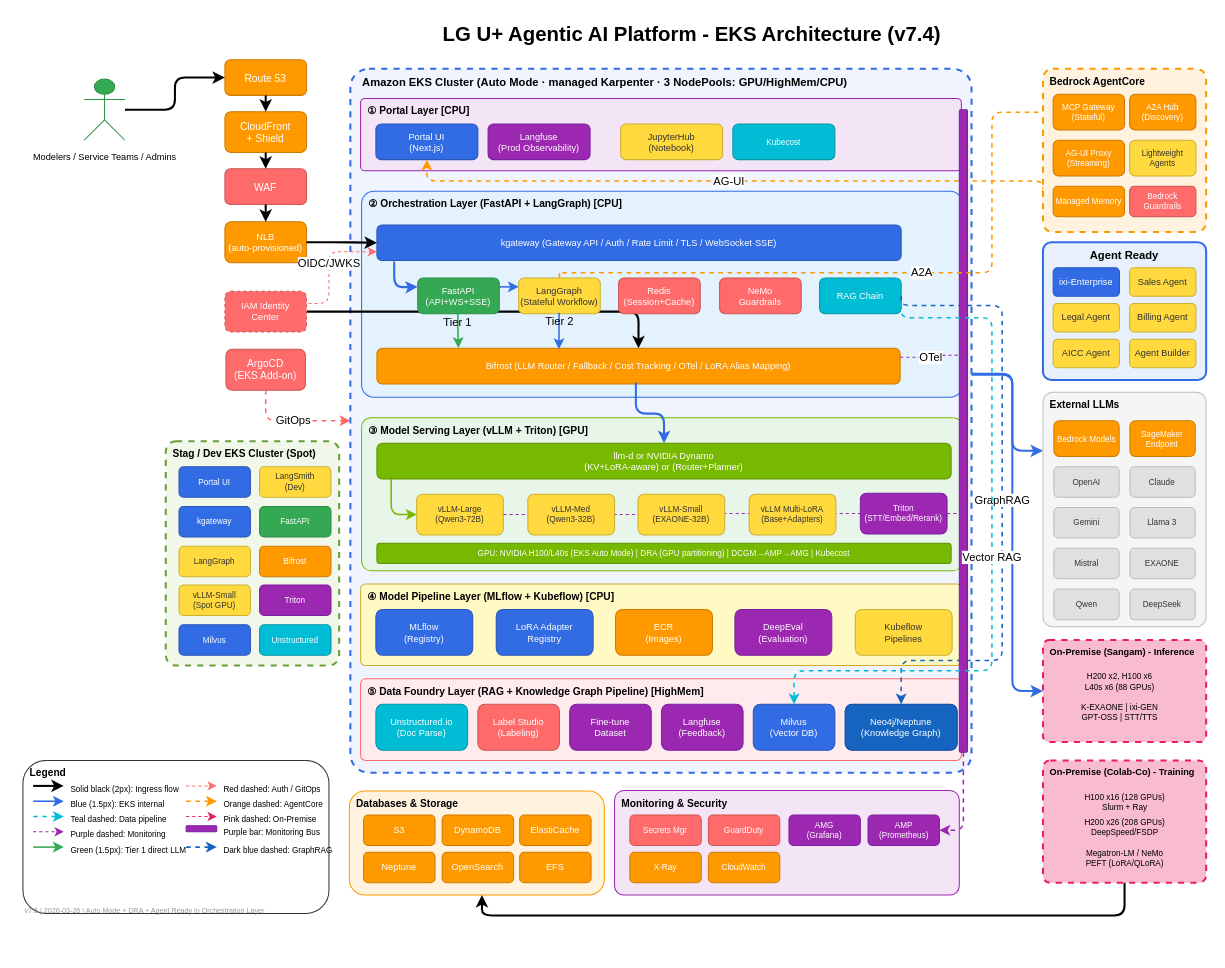
The draw.io diagram static/LG U+ Agentic AI Platform(with Ontology and fine tunning feature).drawio in devfloor9/engineering-playbook, before the edit. Source tidied: cells renumbered, new cells numbered last; positions are measured from the earlier drawing's top-left corner, leaving out a move shared by most shapes. Both pictures are drawn from the tidied source at 102%, with x=0, y=0 at pixel (22, 17).
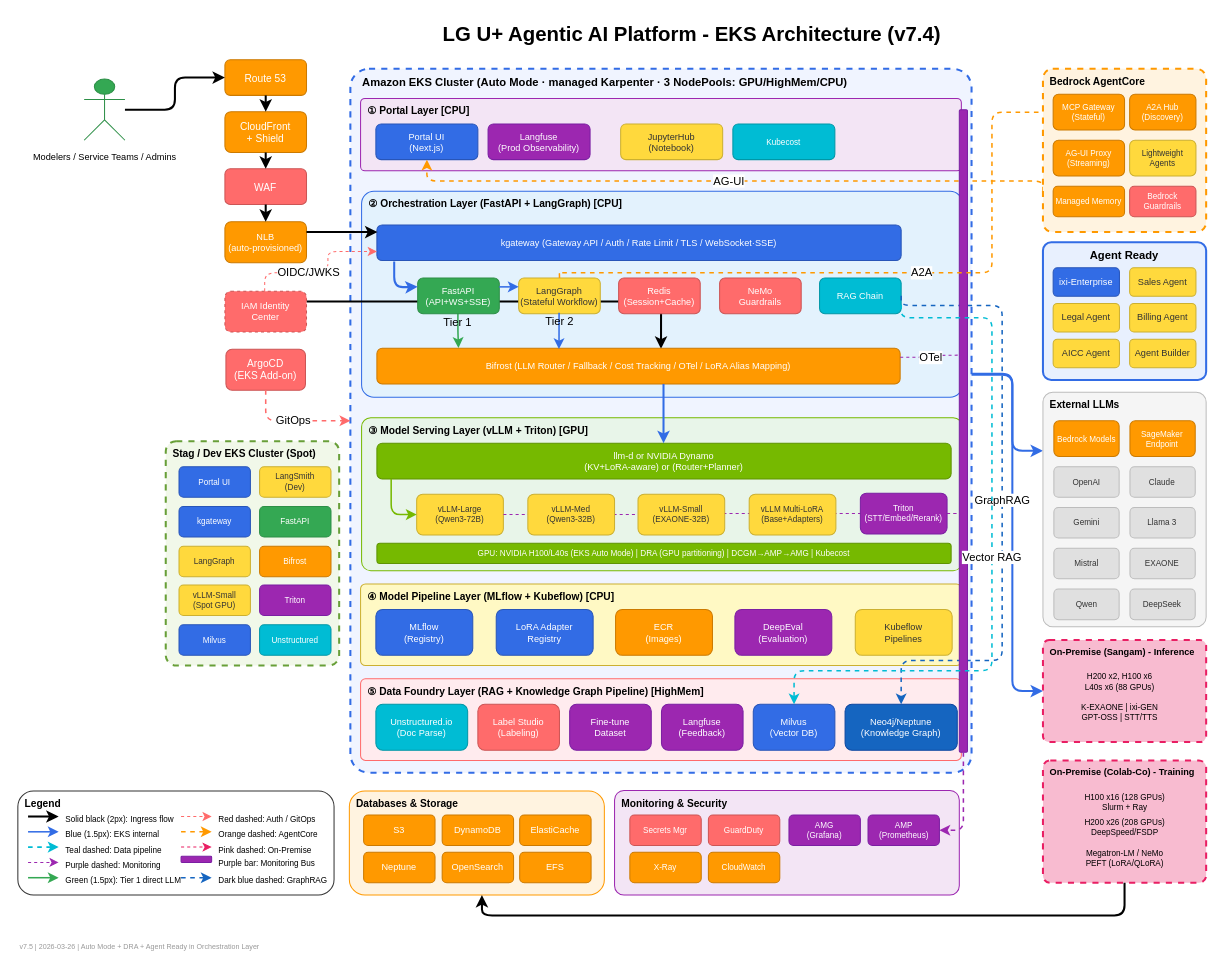
The same page after the edit.

Unchanged cells that the change refers to:
```xml
<mxCell id="15" value="NLB&#10;(auto-provisioned)" style="rounded=1;whiteSpace=wrap;html=1;fillColor=#FF9900;strokeColor=#CC7A00;fontColor=#FFFFFF;fontSize=9;" parent="1" vertex="1">
  <mxGeometry x="198" y="200" width="80" height="40" as="geometry" />
</mxCell>
<mxCell id="17" value="IAM Identity&#10;Center" style="rounded=1;whiteSpace=wrap;html=1;fillColor=#FF6B6B;strokeColor=#CC5555;fontColor=#FFFFFF;fontSize=9;dashed=1;" parent="1" vertex="1">
  <mxGeometry x="198" y="268" width="80" height="40" as="geometry" />
</mxCell>
<mxCell id="25" value="kgateway (Gateway API / Auth / Rate Limit / TLS / WebSocket·SSE)" style="rounded=1;whiteSpace=wrap;html=1;fillColor=#326CE5;strokeColor=#2855B8;fontColor=#FFFFFF;fontSize=9;" parent="1" vertex="1">
  <mxGeometry x="347" y="203" width="514" height="35" as="geometry" />
</mxCell>
<mxCell id="31" value="Bifrost (LLM Router / Fallback / Cost Tracking / OTel / LoRA Alias Mapping)" style="rounded=1;whiteSpace=wrap;html=1;fillColor=#FF9900;strokeColor=#CC7A00;fontColor=#FFFFFF;fontSize=9;" parent="1" vertex="1">
  <mxGeometry x="347" y="324" width="513" height="35" as="geometry" />
</mxCell>
<mxCell id="33" value="llm-d or NVIDIA Dynamo&lt;br style=&quot;border-color: rgb(218, 220, 224);&quot;&gt;(KV+LoRA-aware) or (Router+Planner)" style="rounded=1;whiteSpace=wrap;html=1;fillColor=#76B900;strokeColor=#5E9400;fontColor=#FFFFFF;fontSize=9;" parent="1" vertex="1">
  <mxGeometry x="347" y="417" width="563" height="35" as="geometry" />
</mxCell>
```

Change to the diagram source:
```diff
@@
-    <mxCell id="16" style="edgeStyle=orthogonalEdgeStyle;rounded=1;jettySize=auto;html=1;exitX=1;exitY=0.5;exitDx=0;exitDy=0;strokeWidth=2;" parent="1" edge="1" source="17" target="31">
+    <mxCell id="16" style="edgeStyle=orthogonalEdgeStyle;rounded=1;jettySize=auto;html=1;exitX=1;exitY=0.25;exitDx=0;exitDy=0;strokeWidth=2;entryX=0.543;entryY=0.013;entryDx=0;entryDy=0;entryPerimeter=0;" parent="1" edge="1" source="17" target="31">
       <mxGeometry relative="1" as="geometry" />
     </mxCell>
@@
-    <mxCell id="56" style="edgeStyle=orthogonalEdgeStyle;html=1;exitX=1;exitY=0.5;entryX=0;entryY=0.5;endArrow=classic;strokeWidth=2;strokeColor=#000000;" parent="1" edge="1" source="15" target="25">
+    <mxCell id="56" style="edgeStyle=orthogonalEdgeStyle;html=1;exitX=1;exitY=0.25;entryX=0.001;entryY=0.2;endArrow=classic;strokeWidth=2;strokeColor=#000000;exitDx=0;exitDy=0;entryDx=0;entryDy=0;entryPerimeter=0;" parent="1" edge="1" source="15" target="25">
       <mxGeometry relative="1" as="geometry" />
     </mxCell>
@@
-    <mxCell id="60" style="edgeStyle=orthogonalEdgeStyle;html=1;exitX=0.495;exitY=0.958;entryX=0.5;entryY=0;endArrow=classic;strokeWidth=2;strokeColor=#326CE5;exitDx=0;exitDy=0;exitPerimeter=0;entryDx=0;entryDy=0;" parent="1" edge="1" source="31" target="33">
-      <mxGeometry relative="1" as="geometry" />
+    <mxCell id="60" style="edgeStyle=orthogonalEdgeStyle;html=1;endArrow=classic;strokeWidth=2;strokeColor=#326CE5;" parent="1" edge="1" target="33">
+      <mxGeometry relative="1" as="geometry">
+        <mxPoint x="628" y="359" as="sourcePoint" />
+        <Array as="points">
+          <mxPoint x="628" y="359" />
+        </Array>
+      </mxGeometry>
     </mxCell>
@@
-    <mxCell id="63" value="OIDC/JWKS" style="edgeStyle=orthogonalEdgeStyle;html=1;entryX=0;entryY=0.75;endArrow=classic;strokeWidth=1;strokeColor=#FF6B6B;dashed=1;entryDx=0;entryDy=0;" parent="1" edge="1" target="25">
-      <mxGeometry relative="1" as="geometry">
-        <mxPoint x="280" y="280" as="sourcePoint" />
+    <mxCell id="63" value="OIDC/JWKS" style="edgeStyle=orthogonalEdgeStyle;html=1;endArrow=classic;strokeWidth=1;strokeColor=#FF6B6B;dashed=1;exitX=0.5;exitY=0;exitDx=0;exitDy=0;" parent="1" edge="1" target="25">
+      <mxGeometry x="-0.18" relative="1" as="geometry">
+        <mxPoint x="237" y="268" as="sourcePoint" />
         <Array as="points">
-          <mxPoint x="300" y="280" />
-          <mxPoint x="300" y="230" />
-          <mxPoint x="347" y="230" />
+          <mxPoint x="237" y="250" />
+          <mxPoint x="299" y="250" />
+          <mxPoint x="299" y="229" />
         </Array>
       </mxGeometry>
     </mxCell>
@@
     <mxCell id="71" value="Legend" style="rounded=1;whiteSpace=wrap;html=1;fillColor=#FFFFFF;strokeColor=#333333;verticalAlign=top;fontStyle=1;fontSize=10;align=left;spacingLeft=5;" parent="1" vertex="1">
-      <mxGeometry y="728" width="300" height="150" as="geometry" />
+      <mxGeometry x="-5" y="758" width="310" height="102" as="geometry" />
     </mxCell>
     <mxCell id="72" style="endArrow=classic;html=1;strokeWidth=2;strokeColor=#000000;" parent="1" edge="1">
       <mxGeometry relative="1" as="geometry">
-        <mxPoint x="10" y="753" as="sourcePoint" />
-        <mxPoint x="40" y="753" as="targetPoint" />
+        <mxPoint x="5" y="783" as="sourcePoint" />
+        <mxPoint x="35" y="783" as="targetPoint" />
       </mxGeometry>
     </mxCell>
     <mxCell id="73" value="Solid black (2px): Ingress flow" style="text;html=1;strokeColor=none;fillColor=none;align=left;fontSize=8;" parent="1" vertex="1">
-      <mxGeometry x="45" y="745" width="130" height="16" as="geometry" />
+      <mxGeometry x="40" y="775" width="130" height="16" as="geometry" />
     </mxCell>
     <mxCell id="74" style="endArrow=classic;html=1;strokeWidth=1.5;strokeColor=#326CE5;" parent="1" edge="1">
       <mxGeometry relative="1" as="geometry">
-        <mxPoint x="10" y="768" as="sourcePoint" />
-        <mxPoint x="40" y="768" as="targetPoint" />
+        <mxPoint x="5" y="798" as="sourcePoint" />
+        <mxPoint x="35" y="798" as="targetPoint" />
       </mxGeometry>
     </mxCell>
     <mxCell id="75" value="Blue (1.5px): EKS internal" style="text;html=1;strokeColor=none;fillColor=none;align=left;fontSize=8;" parent="1" vertex="1">
-      <mxGeometry x="45" y="760" width="130" height="16" as="geometry" />
+      <mxGeometry x="40" y="790" width="130" height="16" as="geometry" />
     </mxCell>
     <mxCell id="76" style="endArrow=classic;html=1;strokeWidth=1.5;strokeColor=#00BCD4;dashed=1;" parent="1" edge="1">
       <mxGeometry relative="1" as="geometry">
-        <mxPoint x="10" y="783" as="sourcePoint" />
-        <mxPoint x="40" y="783" as="targetPoint" />
+        <mxPoint x="5" y="813" as="sourcePoint" />
+        <mxPoint x="35" y="813" as="targetPoint" />
       </mxGeometry>
     </mxCell>
     <mxCell id="77" value="Teal dashed: Data pipeline" style="text;html=1;strokeColor=none;fillColor=none;align=left;fontSize=8;" parent="1" vertex="1">
-      <mxGeometry x="45" y="775" width="130" height="16" as="geometry" />
+      <mxGeometry x="40" y="805" width="130" height="16" as="geometry" />
     </mxCell>
     <mxCell id="78" style="endArrow=classic;html=1;strokeWidth=1;strokeColor=#9C27B0;dashed=1;" parent="1" edge="1">
       <mxGeometry relative="1" as="geometry">
-        <mxPoint x="10" y="798" as="sourcePoint" />
-        <mxPoint x="40" y="798" as="targetPoint" />
+        <mxPoint x="5" y="828" as="sourcePoint" />
+        <mxPoint x="35" y="828" as="targetPoint" />
       </mxGeometry>
     </mxCell>
     <mxCell id="79" value="Purple dashed: Monitoring" style="text;html=1;strokeColor=none;fillColor=none;align=left;fontSize=8;" parent="1" vertex="1">
-      <mxGeometry x="45" y="790" width="130" height="16" as="geometry" />
+      <mxGeometry x="40" y="820" width="130" height="16" as="geometry" />
     </mxCell>
     <mxCell id="80" style="endArrow=classic;html=1;strokeWidth=1.5;strokeColor=#34A853;" parent="1" edge="1">
       <mxGeometry relative="1" as="geometry">
-        <mxPoint x="10" y="813" as="sourcePoint" />
-        <mxPoint x="40" y="813" as="targetPoint" />
+        <mxPoint x="5" y="843" as="sourcePoint" />
+        <mxPoint x="35" y="843" as="targetPoint" />
       </mxGeometry>
     </mxCell>
     <mxCell id="81" value="Green (1.5px): Tier 1 direct LLM" style="text;html=1;strokeColor=none;fillColor=none;align=left;fontSize=8;" parent="1" vertex="1">
-      <mxGeometry x="45" y="805" width="130" height="16" as="geometry" />
+      <mxGeometry x="40" y="835" width="130" height="16" as="geometry" />
     </mxCell>
     <mxCell id="82" style="endArrow=classic;html=1;strokeWidth=1;strokeColor=#FF6B6B;dashed=1;" parent="1" edge="1">
       <mxGeometry relative="1" as="geometry">
-        <mxPoint x="160" y="753" as="sourcePoint" />
-        <mxPoint x="190" y="753" as="targetPoint" />
+        <mxPoint x="155" y="783" as="sourcePoint" />
+        <mxPoint x="185" y="783" as="targetPoint" />
       </mxGeometry>
     </mxCell>
     <mxCell id="83" value="Red dashed: Auth / GitOps" style="text;html=1;strokeColor=none;fillColor=none;align=left;fontSize=8;" parent="1" vertex="1">
-      <mxGeometry x="195" y="745" width="100" height="16" as="geometry" />
+      <mxGeometry x="190" y="775" width="100" height="16" as="geometry" />
     </mxCell>
     <mxCell id="84" style="endArrow=classic;html=1;strokeWidth=1.5;strokeColor=#FF9900;dashed=1;" parent="1" edge="1">
       <mxGeometry relative="1" as="geometry">
-        <mxPoint x="160" y="768" as="sourcePoint" />
-        <mxPoint x="190" y="768" as="targetPoint" />
+        <mxPoint x="155" y="798" as="sourcePoint" />
+        <mxPoint x="185" y="798" as="targetPoint" />
       </mxGeometry>
     </mxCell>
     <mxCell id="85" value="Orange dashed: AgentCore" style="text;html=1;strokeColor=none;fillColor=none;align=left;fontSize=8;" parent="1" vertex="1">
-      <mxGeometry x="195" y="760" width="100" height="16" as="geometry" />
+      <mxGeometry x="190" y="790" width="100" height="16" as="geometry" />
     </mxCell>
     <mxCell id="86" style="endArrow=classic;html=1;strokeWidth=1;strokeColor=#E91E63;dashed=1;" parent="1" edge="1">
       <mxGeometry relative="1" as="geometry">
-        <mxPoint x="160" y="783" as="sourcePoint" />
-        <mxPoint x="190" y="783" as="targetPoint" />
+        <mxPoint x="155" y="813" as="sourcePoint" />
+        <mxPoint x="185" y="813" as="targetPoint" />
       </mxGeometry>
     </mxCell>
     <mxCell id="87" value="Pink dashed: On-Premise" style="text;html=1;strokeColor=none;fillColor=none;align=left;fontSize=8;" parent="1" vertex="1">
-      <mxGeometry x="195" y="775" width="100" height="16" as="geometry" />
+      <mxGeometry x="190" y="805" width="100" height="16" as="geometry" />
     </mxCell>
     <mxCell id="88" style="rounded=1;whiteSpace=wrap;html=1;fillColor=#9C27B0;strokeColor=#7B1FA2;" parent="1" vertex="1">
-      <mxGeometry x="160" y="792" width="30" height="6" as="geometry" />
+      <mxGeometry x="155" y="822" width="30" height="6" as="geometry" />
     </mxCell>
     <mxCell id="89" value="Purple bar: Monitoring Bus" style="text;html=1;strokeColor=none;fillColor=none;align=left;fontSize=8;" parent="1" vertex="1">
-      <mxGeometry x="195" y="788" width="100" height="16" as="geometry" />
+      <mxGeometry x="190" y="818" width="100" height="16" as="geometry" />
     </mxCell>
     <mxCell id="90" style="endArrow=classic;html=1;strokeWidth=1.5;strokeColor=#1565C0;dashed=1;" parent="1" edge="1">
       <mxGeometry relative="1" as="geometry">
-        <mxPoint x="160" y="813" as="sourcePoint" />
-        <mxPoint x="190" y="813" as="targetPoint" />
+        <mxPoint x="155" y="843" as="sourcePoint" />
+        <mxPoint x="185" y="843" as="targetPoint" />
       </mxGeometry>
     </mxCell>
     <mxCell id="91" value="Dark blue dashed: GraphRAG" style="text;html=1;strokeColor=none;fillColor=none;align=left;fontSize=8;" parent="1" vertex="1">
-      <mxGeometry x="195" y="805" width="100" height="16" as="geometry" />
+      <mxGeometry x="190" y="835" width="100" height="16" as="geometry" />
     </mxCell>
     <mxCell id="92" value="v7.5 | 2026-03-26 | Auto Mode + DRA + Agent Ready in Orchestration Layer" style="text;html=1;strokeColor=none;fillColor=none;align=left;fontSize=7;fontColor=#999999;" parent="1" vertex="1">
-      <mxGeometry y="865" width="300" height="14" as="geometry" />
+      <mxGeometry x="-5" y="900" width="300" height="14" as="geometry" />
     </mxCell>
```
